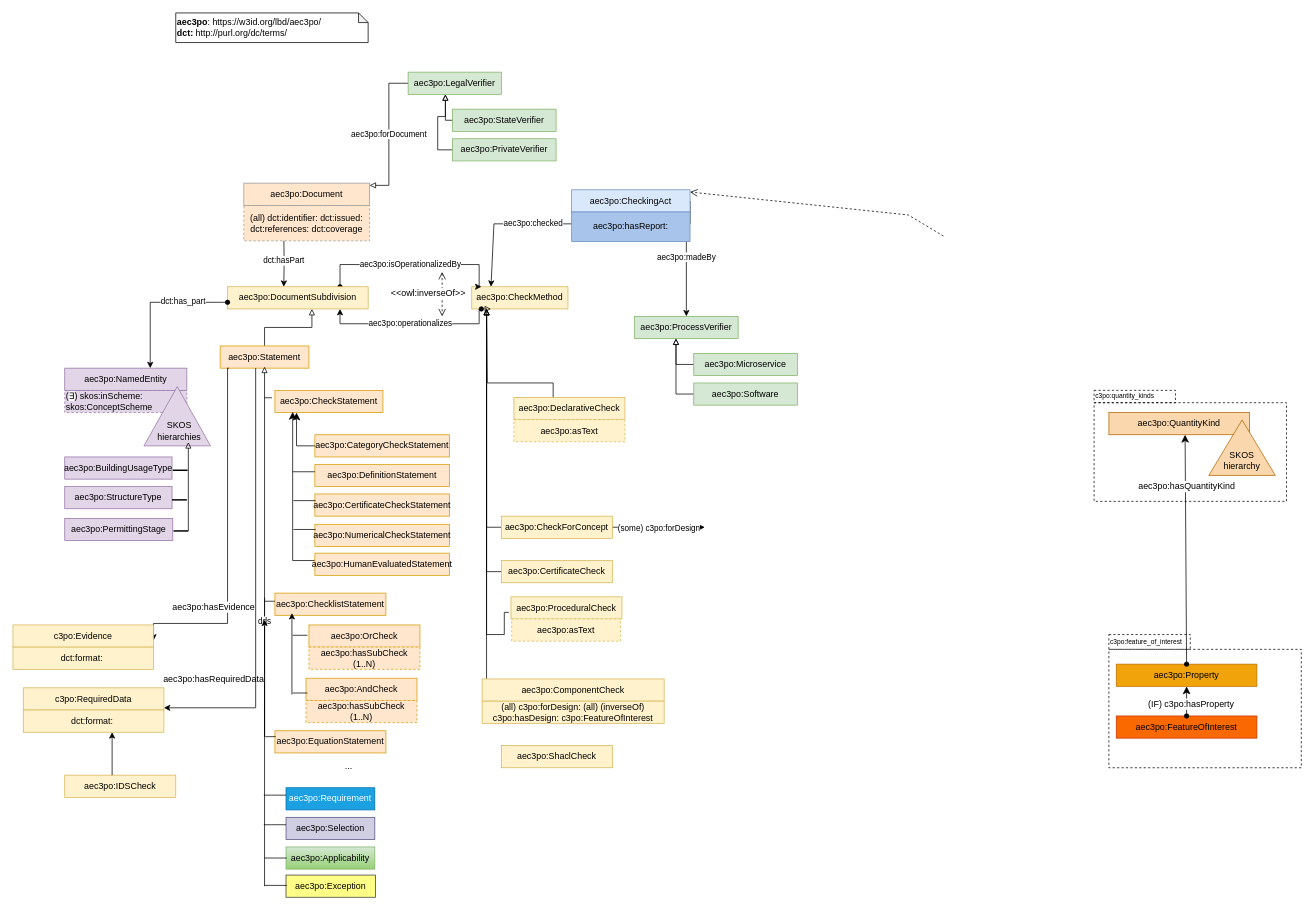
The draw.io diagram page "aec3po" (1 of 12) of resources/aec3po.drawio in Accord-Project/aec3po, before the edit. Source tidied: cells renumbered, new cells numbered last; positions are measured from the earlier drawing's top-left corner, leaving out a move shared by most shapes. Both pictures are drawn from the tidied source at 74%, with x=0, y=0 at pixel (13, 13).
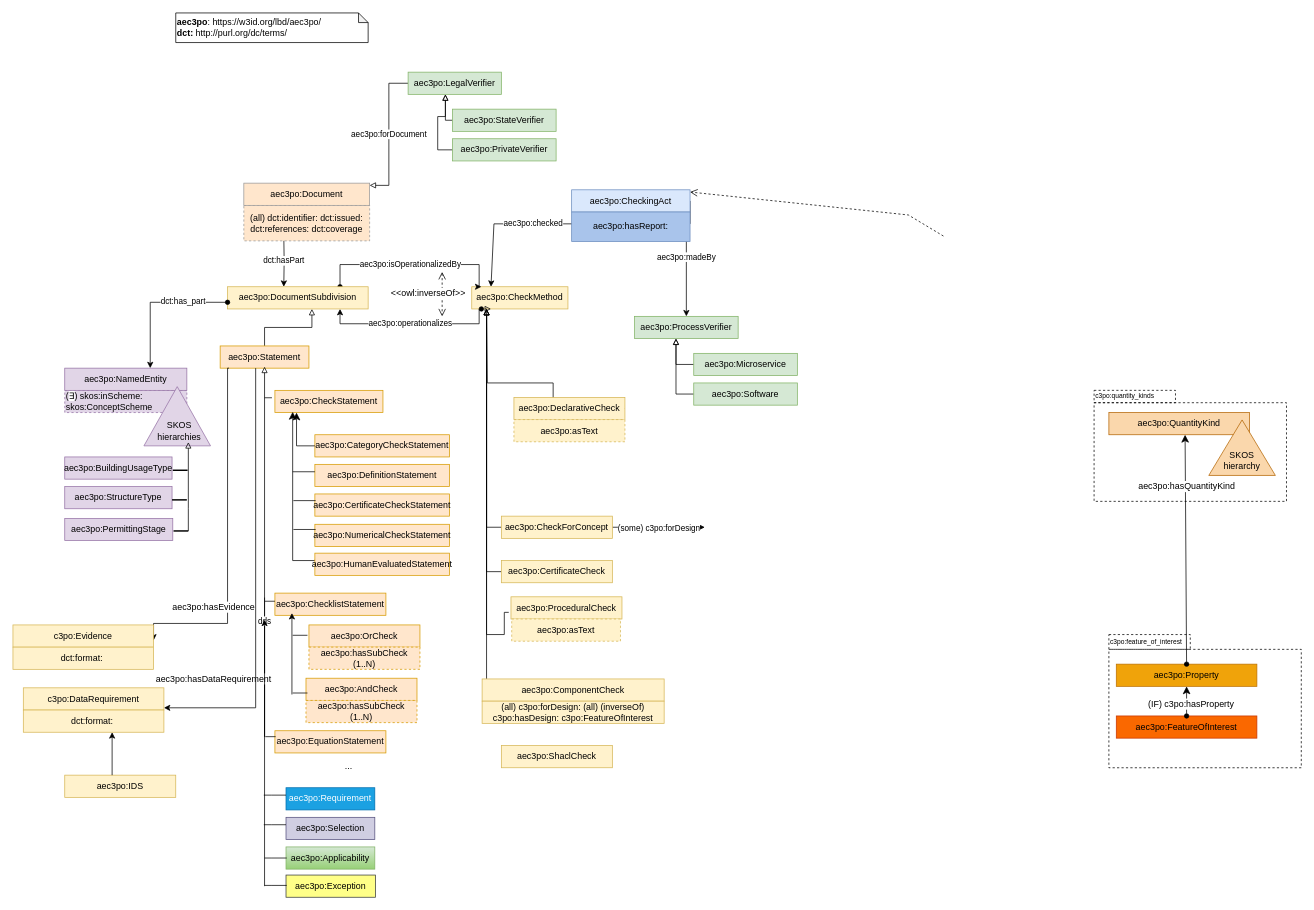
The same page after the edit.

The edit, as a diff of the source:
```diff
@@
-    <mxCell id="100" value="&lt;div&gt;aec3po:hasRequiredData&lt;br&gt;&lt;/div&gt;" style="text;html=1;align=center;verticalAlign=middle;labelBackgroundColor=#ffffff;" parent="1" vertex="1">
+    <mxCell id="100" value="&lt;div&gt;aec3po:hasDataRequirement&lt;br&gt;&lt;/div&gt;" style="text;html=1;align=center;verticalAlign=middle;labelBackgroundColor=#ffffff;" parent="1" vertex="1">
       <mxGeometry x="270" y="899" as="geometry" />
     </mxCell>
@@
-    <mxCell id="107" value="aec3po:IDSCheck" style="rounded=0;whiteSpace=wrap;html=1;fillColor=#fff2cc;strokeColor=#d6b656;" parent="1" vertex="1">
+    <mxCell id="107" value="aec3po:IDS" style="rounded=0;whiteSpace=wrap;html=1;fillColor=#fff2cc;strokeColor=#d6b656;" parent="1" vertex="1">
       <mxGeometry x="70" y="1030" width="150" height="30" as="geometry" />
     </mxCell>
@@
-    <mxCell id="110" value="c3po:RequiredData" style="rounded=0;whiteSpace=wrap;html=1;snapToPoint=1;points=[[0.1,0],[0.2,0],[0.3,0],[0.4,0],[0.5,0],[0.6,0],[0.7,0],[0.8,0],[0.9,0],[0,0.1],[0,0.3],[0,0.5],[0,0.7],[0,0.9],[0.1,1],[0.2,1],[0.3,1],[0.4,1],[0.5,1],[0.6,1],[0.7,1],[0.8,1],[0.9,1],[1,0.1],[1,0.3],[1,0.5],[1,0.7],[1,0.9]];fillColor=#fff2cc;strokeColor=#d6b656;" parent="1" vertex="1">
+    <mxCell id="110" value="c3po:DataRequirement" style="rounded=0;whiteSpace=wrap;html=1;snapToPoint=1;points=[[0.1,0],[0.2,0],[0.3,0],[0.4,0],[0.5,0],[0.6,0],[0.7,0],[0.8,0],[0.9,0],[0,0.1],[0,0.3],[0,0.5],[0,0.7],[0,0.9],[0.1,1],[0.2,1],[0.3,1],[0.4,1],[0.5,1],[0.6,1],[0.7,1],[0.8,1],[0.9,1],[1,0.1],[1,0.3],[1,0.5],[1,0.7],[1,0.9]];fillColor=#fff2cc;strokeColor=#d6b656;" parent="1" vertex="1">
       <mxGeometry x="14" y="912" width="190" height="30" as="geometry" />
     </mxCell>
```
